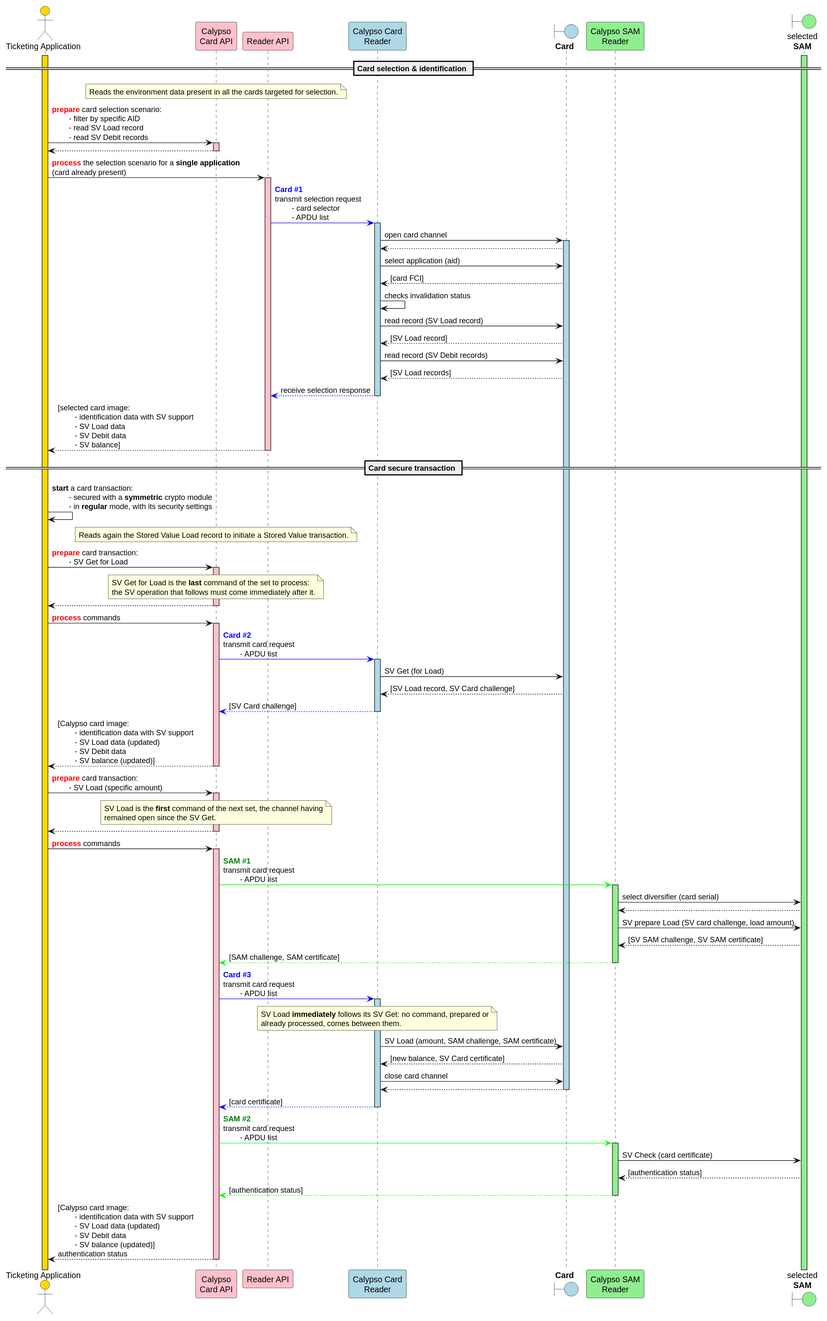
Before: static/media/specifications/calypso_transaction_standalone_SV_operation_sequence_diagram.svg, a diagram exported from PlantUML (calypsonet/calypsonet-terminal-api-website). The source it was exported from:
```plantuml
@startuml
skinparam ClassBorderColor #D4AC0D
skinparam stereotypeABorderColor #A9DCDF
skinparam stereotypeIBorderColor #B4A7E5
skinparam stereotypeCBorderColor #ADD1B2
skinparam stereotypeEBorderColor #EB93DF
skinparam shadowing false

skinparam StateBorderColor #D4AC0D
skinparam ActivityBorderColor #D4AC0D

skinparam ClassBackgroundColor<<red>> #FDEDEC
skinparam ClassBorderColor<<red>> #E74C3C
hide <<red>> stereotype
skinparam ClassBackgroundColor<<purple>> #F4ECF7
skinparam ClassBorderColor<<purple>> #8E44AD
hide <<purple>> stereotype
skinparam ClassBackgroundColor<<blue>> #EBF5FB
skinparam ClassBorderColor<<blue>> #3498DB
hide <<blue>> stereotype
skinparam ClassBackgroundColor<<green>> #EAFAF1
skinparam ClassBorderColor<<green>> #2ECC71
hide <<green>> stereotype

skinparam ClassBackgroundColor<<orange>> #FDF2E9
skinparam ClassBorderColor<<orange>> #E67E22
hide <<orange>> stereotype

skinparam ClassBackgroundColor<<grey>> #EAECEE
skinparam ClassBorderColor<<grey>> #2C3E50
hide <<grey>> stereotype

actor "Ticketing Application" as app #gold
participant "Calypso\nCard API" as capi #pink
participant "Reader API" as rapi #pink
participant "Calypso Card\nReader" as cardReader #lightBlue
boundary "**Card**" as card #lightBlue
participant "Calypso SAM\nReader" as samReader #lightGreen
boundary "selected\n**SAM**" as sam #lightGreen

activate app #gold
activate sam #lightGreen

== Card selection & identification ==

note over capi
    Reads the environment data present in all the cards targeted for selection.
end note

app->capi: <font color=red>**prepare**</font> card selection scenario:\n\t- filter by specific AID\n\t- read SV Load record\n\t- read SV Debit records
activate capi  #pink
capi-->app
deactivate capi

app->rapi: <font color=red>**process**</font> the selection scenario for a **single application**\n(card already present)
activate rapi  #pink
rapi-[#0000FF]>cardReader: <font color=blue>**Card #1**</font>\ntransmit selection request\n\t- card selector\n\t- APDU list
activate cardReader #lightBlue

cardReader->card: open card channel
activate card #lightBlue
card-->cardReader
cardReader->card: select application (aid)
card-->cardReader: [card FCI]
cardReader->cardReader: checks invalidation status

    cardReader->card: read record (SV Load record)
    card-->cardReader: [SV Load record]
    cardReader->card: read record (SV Debit records)
    card-->cardReader: [SV Load records]

cardReader--[#0000FF]>rapi: receive selection response
deactivate cardReader

rapi-->app: [selected card image:\n\t- identification data with SV support\n\t- SV Load data\n\t- SV Debit data\n\t- SV balance]
deactivate rapi

== Card secure transaction ==

app->app: **start** a card transaction:\n\t- secured with a **symmetric** crypto module\n\t- in **regular** mode, with its security settings

note over capi
    Reads again the Stored Value Load record to initiate a Stored Value transaction.
end note

app->capi: <font color=red>**prepare**</font> card transaction:\n\t- SV Get for Load
activate capi  #pink
note over capi
    SV Get for Load is the **last** command of the set to process:
    the SV operation that follows must come immediately after it.
end note
capi-->app
deactivate capi

app->capi: <font color=red>**process**</font> commands
activate capi  #pink

capi-[#0000FF]>cardReader: <font color=blue>**Card #2**</font>\ntransmit card request\n\t- APDU list
activate cardReader #lightBlue

    cardReader->card: SV Get (for Load)
    card-->cardReader: [SV Load record, SV Card challenge]

cardReader--[#0000FF]>capi: [SV Card challenge]
deactivate cardReader

capi-->app: [Calypso card image:\n\t- identification data with SV support\n\t- SV Load data (updated)\n\t- SV Debit data\n\t- SV balance (updated)]
deactivate capi

app->capi: <font color=red>**prepare**</font> card transaction:\n\t- SV Load (specific amount)
activate capi  #pink
note over capi
    SV Load is the **first** command of the next set, the channel having
    remained open since the SV Get.
end note
capi-->app
deactivate capi

app->capi: <font color=red>**process**</font> commands
activate capi  #pink

capi-[#00FF00]>samReader: <font color=green>**SAM #1**</font>\ntransmit card request\n\t- APDU list
activate samReader #lightGreen

samReader->sam: select diversifier (card serial)
sam-->samReader
samReader->sam: SV prepare Load (SV card challenge, load amount)
sam-->samReader: [SV SAM challenge, SV SAM certificate]

samReader-[#00FF00]->capi: [SAM challenge, SAM certificate]
deactivate samReader

capi-[#0000FF]>cardReader: <font color=blue>**Card #3**</font>\ntransmit card request\n\t- APDU list
activate cardReader #lightBlue

note over cardReader
    SV Load **immediately** follows its SV Get: no command, prepared or
    already processed, comes between them.
end note
    cardReader->card: SV Load (amount, SAM challenge, SAM certificate)
    card-->cardReader: [new balance, SV Card certificate]

cardReader->card: close card channel
card-->cardReader
deactivate card

cardReader-[#0000FF]->capi: [card certificate]
deactivate cardReader

capi-[#00FF00]>samReader: <font color=green>**SAM #2**</font>\ntransmit card request\n\t- APDU list
activate samReader #lightGreen
samReader->sam: SV Check (card certificate)
sam-->samReader: [authentication status]

samReader-[#00FF00]->capi: [authentication status]
deactivate samReader

capi-->app: [Calypso card image:\n\t- identification data with SV support\n\t- SV Load data (updated)\n\t- SV Debit data\n\t- SV balance (updated)]\nauthentication status
deactivate capi
@enduml
```
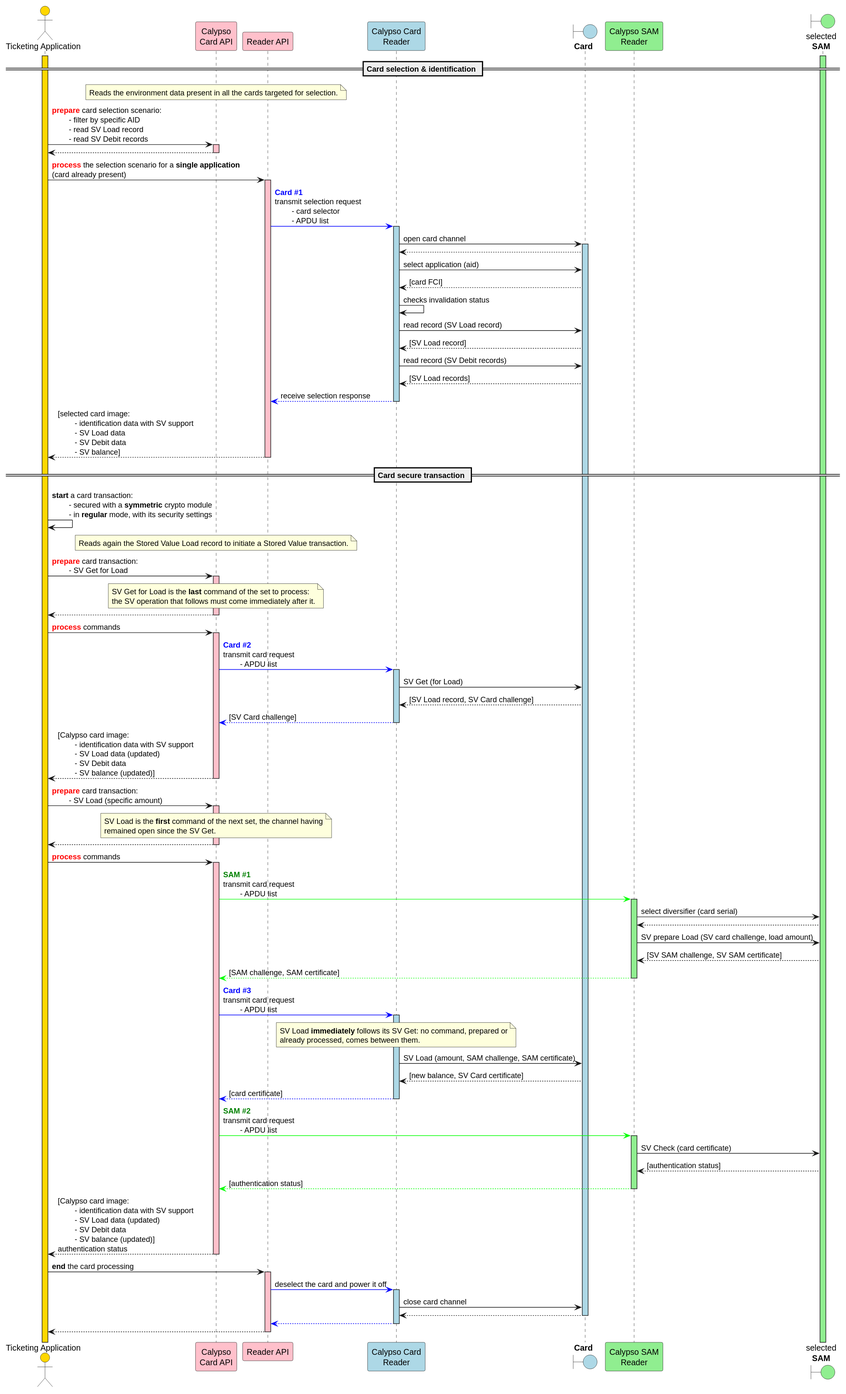
Later version of the same file.

Diff of the diagram source:
```diff
@@ -140,9 +140,6 @@
     cardReader->card: SV Load (amount, SAM challenge, SAM certificate)
     card-->cardReader: [new balance, SV Card certificate]
 
-cardReader->card: close card channel
-card-->cardReader
-deactivate card
 
 cardReader-[#0000FF]->capi: [card certificate]
 deactivate cardReader
@@ -157,4 +154,16 @@
 
 capi-->app: [Calypso card image:\n\t- identification data with SV support\n\t- SV Load data (updated)\n\t- SV Debit data\n\t- SV balance (updated)]\nauthentication status
 deactivate capi
+
+app->rapi: **end** the card processing
+activate rapi  #pink
+rapi-[#0000FF]>cardReader: deselect the card and power it off
+activate cardReader #lightBlue
+cardReader->card: close card channel
+card-->cardReader
+deactivate card
+cardReader--[#0000FF]>rapi
+deactivate cardReader
+rapi-->app
+deactivate rapi
 @enduml
```
